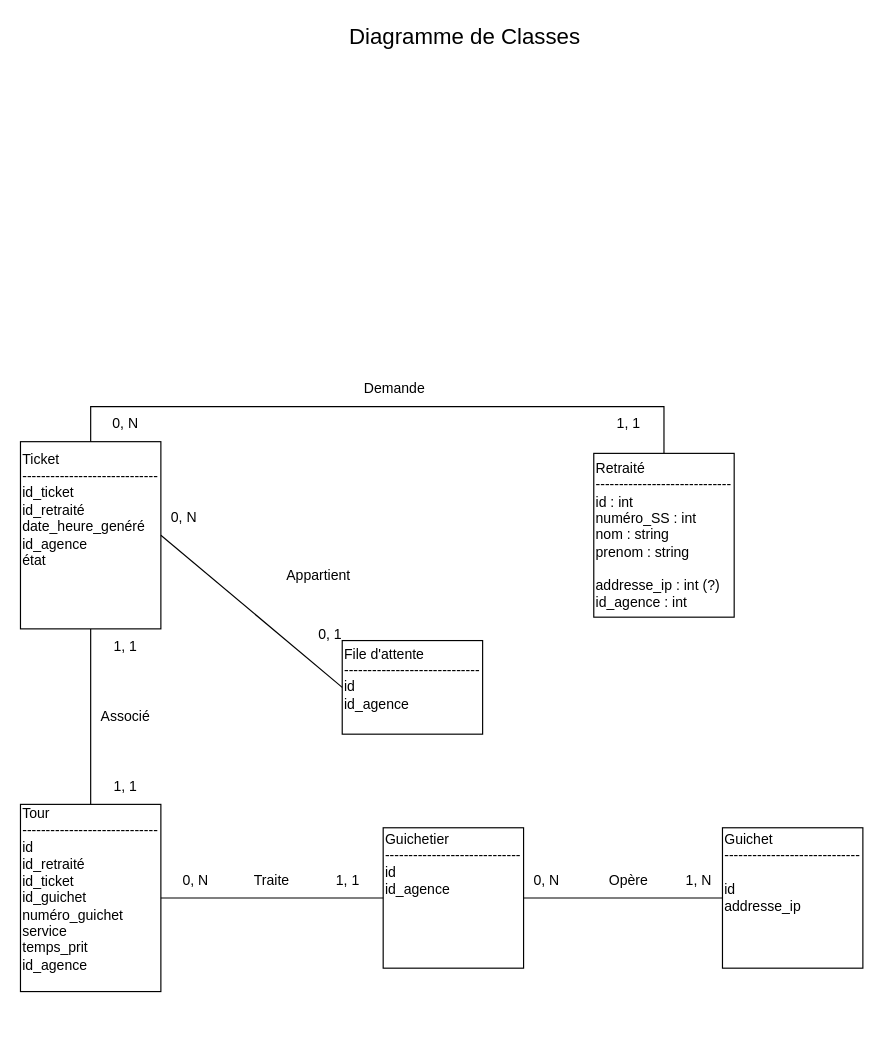
rryyyymmmmmmmm/e-tickets_takaoudi keeps this draw.io diagram as page "Class" (3 of 9) of diagrams/Diagramme.drawio. Above is the earlier version. Source tidied: cells renumbered, new cells numbered last; positions are measured from the earlier drawing's top-left corner, leaving out a move shared by most shapes. Both pictures are drawn from the tidied source at 117%, with x=0, y=0 at pixel (20, 20).
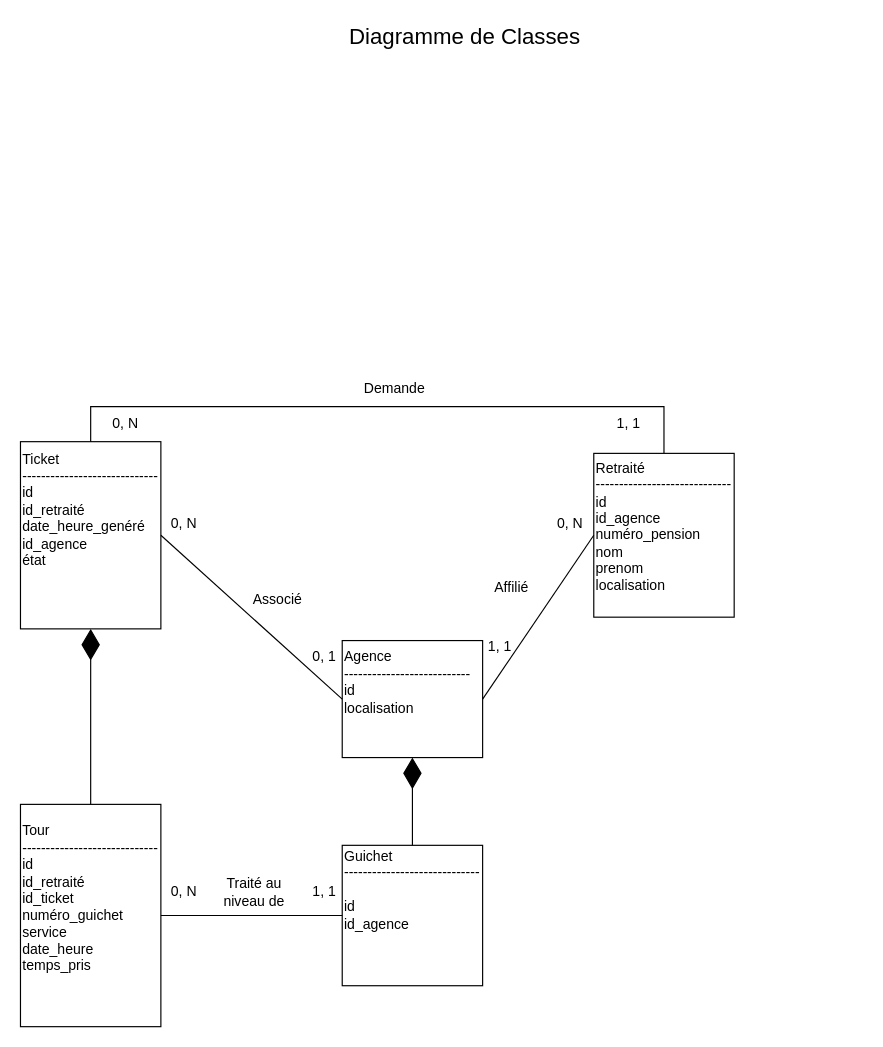
After the change.

The edit, as a diff of the source:
```diff
@@
-    <mxCell id="3" value="Guichetier&lt;div&gt;-----------------------------&lt;/div&gt;&lt;div&gt;id&lt;/div&gt;&lt;div&gt;id_agence&lt;/div&gt;&lt;div&gt;&lt;br&gt;&lt;/div&gt;&lt;div&gt;&lt;br&gt;&lt;/div&gt;&lt;div&gt;&lt;div&gt;&lt;br&gt;&lt;/div&gt;&lt;div&gt;&lt;br&gt;&lt;/div&gt;&lt;/div&gt;" style="rounded=0;whiteSpace=wrap;html=1;align=left;" parent="1" vertex="1">
-      <mxGeometry x="310" y="690" width="120" height="120" as="geometry" />
-    </mxCell>
-    <mxCell id="4" value="Guichet&lt;div&gt;-----------------------------&lt;br&gt;&lt;div&gt;&lt;br&gt;&lt;/div&gt;&lt;div&gt;id&lt;/div&gt;&lt;div&gt;addresse_ip&lt;/div&gt;&lt;div&gt;&lt;br&gt;&lt;/div&gt;&lt;div&gt;&lt;div&gt;&lt;br&gt;&lt;/div&gt;&lt;div&gt;&lt;br&gt;&lt;/div&gt;&lt;/div&gt;&lt;/div&gt;" style="rounded=0;whiteSpace=wrap;html=1;align=left;" parent="1" vertex="1">
-      <mxGeometry x="600" y="690" width="120" height="120" as="geometry" />
+    <mxCell id="4" value="Guichet&lt;div&gt;-----------------------------&lt;br&gt;&lt;div&gt;&lt;br&gt;&lt;/div&gt;&lt;div&gt;id&lt;/div&gt;&lt;div&gt;id_agence&lt;/div&gt;&lt;div&gt;&lt;br&gt;&lt;/div&gt;&lt;div&gt;&lt;div&gt;&lt;br&gt;&lt;/div&gt;&lt;div&gt;&lt;br&gt;&lt;/div&gt;&lt;/div&gt;&lt;/div&gt;" style="rounded=0;whiteSpace=wrap;html=1;align=left;" parent="1" vertex="1">
+      <mxGeometry x="275" y="705" width="120" height="120" as="geometry" />
     </mxCell>
-    <mxCell id="5" value="Ticket&lt;div&gt;-----------------------------&lt;/div&gt;&lt;div&gt;id_ticket&lt;/div&gt;&lt;div&gt;id_retraité&lt;/div&gt;&lt;div&gt;date_heure_genéré&lt;/div&gt;&lt;div&gt;id_agence&lt;/div&gt;&lt;div&gt;état&lt;/div&gt;&lt;div&gt;&lt;br&gt;&lt;/div&gt;&lt;div&gt;&lt;div&gt;&lt;br&gt;&lt;/div&gt;&lt;div&gt;&lt;br&gt;&lt;/div&gt;&lt;/div&gt;" style="rounded=0;whiteSpace=wrap;html=1;align=left;" parent="1" vertex="1">
+    <mxCell id="5" value="Ticket&lt;div&gt;-----------------------------&lt;/div&gt;&lt;div&gt;id&lt;/div&gt;&lt;div&gt;id_retraité&lt;/div&gt;&lt;div&gt;date_heure_genéré&lt;/div&gt;&lt;div&gt;id_agence&lt;/div&gt;&lt;div&gt;état&lt;/div&gt;&lt;div&gt;&lt;br&gt;&lt;/div&gt;&lt;div&gt;&lt;div&gt;&lt;br&gt;&lt;/div&gt;&lt;div&gt;&lt;br&gt;&lt;/div&gt;&lt;/div&gt;" style="rounded=0;whiteSpace=wrap;html=1;align=left;" parent="1" vertex="1">
       <mxGeometry y="360" width="120" height="160" as="geometry" />
     </mxCell>
-    <mxCell id="6" value="&lt;div&gt;&lt;div&gt;File d'attente&lt;/div&gt;&lt;/div&gt;&lt;div&gt;-----------------------------&lt;/div&gt;&lt;div&gt;id&lt;/div&gt;&lt;div&gt;id_agence&lt;/div&gt;&lt;div&gt;&lt;br&gt;&lt;/div&gt;" style="rounded=0;whiteSpace=wrap;html=1;align=left;" parent="1" vertex="1">
-      <mxGeometry x="275" y="530" width="120" height="80" as="geometry" />
+    <mxCell id="6" value="&lt;div&gt;&lt;div&gt;&lt;span style=&quot;background-color: transparent; color: light-dark(rgb(0, 0, 0), rgb(255, 255, 255));&quot;&gt;Agence&lt;/span&gt;&lt;/div&gt;&lt;div&gt;&lt;span style=&quot;background-color: transparent; color: light-dark(rgb(0, 0, 0), rgb(255, 255, 255));&quot;&gt;---------------------------&lt;/span&gt;&lt;/div&gt;&lt;/div&gt;&lt;div&gt;id&lt;/div&gt;&lt;div&gt;localisation&lt;/div&gt;&lt;div&gt;&lt;br&gt;&lt;/div&gt;&lt;div&gt;&lt;br&gt;&lt;/div&gt;" style="rounded=0;whiteSpace=wrap;html=1;align=left;" parent="1" vertex="1">
+      <mxGeometry x="275" y="530" width="120" height="100" as="geometry" />
     </mxCell>
@@
-    <mxCell id="9" style="endArrow=none;html=1;rounded=0;entryX=0;entryY=0.5;entryDx=0;entryDy=0;exitX=1;exitY=0.5;exitDx=0;exitDy=0;" parent="1" edge="1" source="3" target="4">
-      <mxGeometry relative="1" as="geometry" />
-    </mxCell>
-    <mxCell id="10" value="&lt;div style=&quot;&quot;&gt;&lt;span style=&quot;background-color: transparent; color: light-dark(rgb(0, 0, 0), rgb(255, 255, 255));&quot;&gt;Retraité&lt;/span&gt;&lt;/div&gt;&lt;div style=&quot;&quot;&gt;-----------------------------&lt;/div&gt;&lt;div style=&quot;&quot;&gt;id : int&lt;/div&gt;&lt;div style=&quot;&quot;&gt;numéro_SS : int&lt;/div&gt;&lt;div style=&quot;&quot;&gt;nom : string&lt;/div&gt;&lt;div style=&quot;&quot;&gt;prenom : string&lt;/div&gt;&lt;div style=&quot;&quot;&gt;&lt;br&gt;&lt;/div&gt;&lt;div style=&quot;&quot;&gt;addresse_ip : int (?)&lt;/div&gt;&lt;div style=&quot;&quot;&gt;id_agence : int&lt;/div&gt;" style="rounded=0;whiteSpace=wrap;html=1;align=left;" parent="1" vertex="1">
+    <mxCell id="10" value="&lt;div style=&quot;&quot;&gt;&lt;span style=&quot;background-color: transparent; color: light-dark(rgb(0, 0, 0), rgb(255, 255, 255));&quot;&gt;Retraité&lt;/span&gt;&lt;/div&gt;&lt;div style=&quot;&quot;&gt;-----------------------------&lt;/div&gt;&lt;div style=&quot;&quot;&gt;id&amp;nbsp;&lt;/div&gt;&lt;div style=&quot;&quot;&gt;id_agence&amp;nbsp;&lt;/div&gt;&lt;div style=&quot;&quot;&gt;&lt;span style=&quot;background-color: transparent; color: light-dark(rgb(0, 0, 0), rgb(255, 255, 255));&quot;&gt;numéro_pension&lt;/span&gt;&lt;/div&gt;&lt;div style=&quot;&quot;&gt;&lt;span style=&quot;background-color: transparent; color: light-dark(rgb(0, 0, 0), rgb(255, 255, 255));&quot;&gt;nom&amp;nbsp;&lt;/span&gt;&lt;/div&gt;&lt;div style=&quot;&quot;&gt;prenom&amp;nbsp;&lt;/div&gt;&lt;div style=&quot;&quot;&gt;localisation&lt;/div&gt;&lt;div style=&quot;&quot;&gt;&lt;br&gt;&lt;/div&gt;" style="rounded=0;whiteSpace=wrap;html=1;align=left;" parent="1" vertex="1">
       <mxGeometry x="490" y="370" width="120" height="140" as="geometry" />
     </mxCell>
@@
-    <mxCell id="14" value="Appartient" style="text;html=1;whiteSpace=wrap;strokeColor=none;fillColor=none;align=center;verticalAlign=middle;rounded=0;" parent="1" vertex="1">
-      <mxGeometry x="225" y="460" width="60" height="30" as="geometry" />
+    <mxCell id="14" value="Associé" style="text;html=1;whiteSpace=wrap;strokeColor=none;fillColor=none;align=center;verticalAlign=middle;rounded=0;" parent="1" vertex="1">
+      <mxGeometry x="190" y="480" width="60" height="30" as="geometry" />
     </mxCell>
     <mxCell id="15" value="0, 1" style="text;html=1;whiteSpace=wrap;strokeColor=none;fillColor=none;align=center;verticalAlign=middle;rounded=0;" parent="1" vertex="1">
-      <mxGeometry x="245" y="515" width="40" height="20" as="geometry" />
+      <mxGeometry x="240" y="534" width="40" height="20" as="geometry" />
     </mxCell>
     <mxCell id="16" value="0, N" style="text;html=1;whiteSpace=wrap;strokeColor=none;fillColor=none;align=center;verticalAlign=middle;rounded=0;" parent="1" vertex="1">
-      <mxGeometry x="120" y="415" width="40" height="20" as="geometry" />
+      <mxGeometry x="120" y="420" width="40" height="20" as="geometry" />
     </mxCell>
-    <mxCell id="17" value="&lt;div&gt;&lt;div&gt;Tour&lt;/div&gt;&lt;/div&gt;&lt;div&gt;-----------------------------&lt;/div&gt;&lt;div&gt;id&lt;/div&gt;&lt;div&gt;id_retraité&lt;/div&gt;&lt;div&gt;id_ticket&lt;/div&gt;&lt;div&gt;id_guichet&lt;/div&gt;&lt;div&gt;numéro_guichet&lt;/div&gt;&lt;div&gt;service&lt;/div&gt;&lt;div&gt;temps_prit&lt;/div&gt;&lt;div&gt;id_agence&lt;/div&gt;&lt;div&gt;&lt;br&gt;&lt;/div&gt;" style="rounded=0;whiteSpace=wrap;html=1;align=left;" parent="1" vertex="1">
-      <mxGeometry y="670" width="120" height="160" as="geometry" />
+    <mxCell id="17" value="&lt;div&gt;&lt;div&gt;Tour&lt;/div&gt;&lt;/div&gt;&lt;div&gt;-----------------------------&lt;/div&gt;&lt;div&gt;id&lt;/div&gt;&lt;div&gt;id_retraité&lt;/div&gt;&lt;div&gt;id_ticket&lt;/div&gt;&lt;div&gt;numéro_guichet&lt;/div&gt;&lt;div&gt;service&lt;/div&gt;&lt;div&gt;date_heure&lt;/div&gt;&lt;div&gt;temps_pris&lt;/div&gt;&lt;div&gt;&lt;br&gt;&lt;/div&gt;&lt;div&gt;&lt;br&gt;&lt;/div&gt;" style="rounded=0;whiteSpace=wrap;html=1;align=left;" parent="1" vertex="1">
+      <mxGeometry y="670" width="120" height="190" as="geometry" />
     </mxCell>
+    <mxCell id="22" style="endArrow=none;html=1;rounded=0;exitX=1;exitY=0.5;exitDx=0;exitDy=0;entryX=0;entryY=0.5;entryDx=0;entryDy=0;" parent="1" edge="1" source="17" target="4">
+      <mxGeometry relative="1" as="geometry" />
+    </mxCell>
+    <mxCell id="24" value="0, N" style="text;html=1;whiteSpace=wrap;strokeColor=none;fillColor=none;align=center;verticalAlign=middle;rounded=0;" parent="1" vertex="1">
+      <mxGeometry x="110" y="730" width="60" height="30" as="geometry" />
+    </mxCell>
+    <mxCell id="29" value="1, 1" style="text;html=1;whiteSpace=wrap;strokeColor=none;fillColor=none;align=center;verticalAlign=middle;rounded=0;" parent="1" vertex="1">
+      <mxGeometry x="230" y="730" width="60" height="30" as="geometry" />
+    </mxCell>
+    <mxCell id="30" value="Traité au niveau de" style="text;html=1;whiteSpace=wrap;strokeColor=none;fillColor=none;align=center;verticalAlign=middle;rounded=0;" parent="1" vertex="1">
+      <mxGeometry x="170" y="730" width="60" height="30" as="geometry" />
+    </mxCell>
+    <mxCell id="31" style="endArrow=none;html=1;rounded=0;exitX=0;exitY=0.5;exitDx=0;exitDy=0;entryX=1;entryY=0.5;entryDx=0;entryDy=0;" parent="1" edge="1" source="10" target="6">
+      <mxGeometry relative="1" as="geometry" />
+    </mxCell>
+    <mxCell id="32" value="Affilié" style="text;html=1;whiteSpace=wrap;strokeColor=none;fillColor=none;align=center;verticalAlign=middle;rounded=0;" parent="1" vertex="1">
+      <mxGeometry x="390" y="470" width="60" height="30" as="geometry" />
+    </mxCell>
+    <mxCell id="33" value="1, 1" style="text;html=1;whiteSpace=wrap;strokeColor=none;fillColor=none;align=center;verticalAlign=middle;rounded=0;" parent="1" vertex="1">
+      <mxGeometry x="390" y="525" width="40" height="20" as="geometry" />
+    </mxCell>
+    <mxCell id="28" value="0, N" style="text;html=1;whiteSpace=wrap;strokeColor=none;fillColor=none;align=center;verticalAlign=middle;rounded=0;" parent="1" vertex="1">
+      <mxGeometry x="450" y="420" width="40" height="20" as="geometry" />
+    </mxCell>
+    <mxCell id="34" style="endArrow=diamondThin;endFill=1;endSize=24;html=1;rounded=0;exitX=0.5;exitY=0;exitDx=0;exitDy=0;entryX=0.5;entryY=1;entryDx=0;entryDy=0;" parent="1" edge="1" source="4" target="6">
+      <mxGeometry relative="1" as="geometry" />
+    </mxCell>
-    <mxCell id="18" style="endArrow=none;html=1;rounded=0;entryX=0.5;entryY=1;entryDx=0;entryDy=0;exitX=0.5;exitY=0;exitDx=0;exitDy=0;" parent="1" edge="1" source="17" target="5">
+    <mxCell id="18" style="endArrow=diamondThin;endFill=1;endSize=24;html=1;rounded=0;exitX=0.5;exitY=0;exitDx=0;exitDy=0;entryX=0.5;entryY=1;entryDx=0;entryDy=0;" parent="1" edge="1" source="17" target="5">
       <mxGeometry relative="1" as="geometry" />
     </mxCell>
-    <mxCell id="19" value="Associé" style="text;html=1;whiteSpace=wrap;strokeColor=none;fillColor=none;align=center;verticalAlign=middle;rounded=0;" parent="1" vertex="1">
-      <mxGeometry x="60" y="580" width="60" height="30" as="geometry" />
-    </mxCell>
-    <mxCell id="20" value="1, 1" style="text;html=1;whiteSpace=wrap;strokeColor=none;fillColor=none;align=center;verticalAlign=middle;rounded=0;" parent="1" vertex="1">
-      <mxGeometry x="60" y="520" width="60" height="30" as="geometry" />
-    </mxCell>
-    <mxCell id="21" value="1, 1" style="text;html=1;whiteSpace=wrap;strokeColor=none;fillColor=none;align=center;verticalAlign=middle;rounded=0;" parent="1" vertex="1">
-      <mxGeometry x="60" y="640" width="60" height="30" as="geometry" />
-    </mxCell>
-    <mxCell id="22" style="endArrow=none;html=1;rounded=0;exitX=1;exitY=0.5;exitDx=0;exitDy=0;entryX=0;entryY=0.5;entryDx=0;entryDy=0;" parent="1" edge="1" source="17" target="3">
-      <mxGeometry relative="1" as="geometry" />
-    </mxCell>
-    <mxCell id="23" value="Traite" style="text;html=1;whiteSpace=wrap;strokeColor=none;fillColor=none;align=center;verticalAlign=middle;rounded=0;" parent="1" vertex="1">
-      <mxGeometry x="185" y="720" width="60" height="30" as="geometry" />
-    </mxCell>
-    <mxCell id="24" value="0, N" style="text;html=1;whiteSpace=wrap;strokeColor=none;fillColor=none;align=center;verticalAlign=middle;rounded=0;" parent="1" vertex="1">
-      <mxGeometry x="120" y="720" width="60" height="30" as="geometry" />
-    </mxCell>
-    <mxCell id="25" value="1, 1" style="text;html=1;whiteSpace=wrap;strokeColor=none;fillColor=none;align=center;verticalAlign=middle;rounded=0;" parent="1" vertex="1">
-      <mxGeometry x="250" y="720" width="60" height="30" as="geometry" />
-    </mxCell>
-    <mxCell id="26" value="Opère" style="text;html=1;whiteSpace=wrap;strokeColor=none;fillColor=none;align=center;verticalAlign=middle;rounded=0;" parent="1" vertex="1">
-      <mxGeometry x="490" y="720" width="60" height="30" as="geometry" />
-    </mxCell>
-    <mxCell id="27" value="1, N" style="text;html=1;whiteSpace=wrap;strokeColor=none;fillColor=none;align=center;verticalAlign=middle;rounded=0;" parent="1" vertex="1">
-      <mxGeometry x="550" y="720" width="60" height="30" as="geometry" />
-    </mxCell>
-    <mxCell id="28" value="0, N" style="text;html=1;whiteSpace=wrap;strokeColor=none;fillColor=none;align=center;verticalAlign=middle;rounded=0;" parent="1" vertex="1">
-      <mxGeometry x="420" y="720" width="60" height="30" as="geometry" />
-    </mxCell>
```
